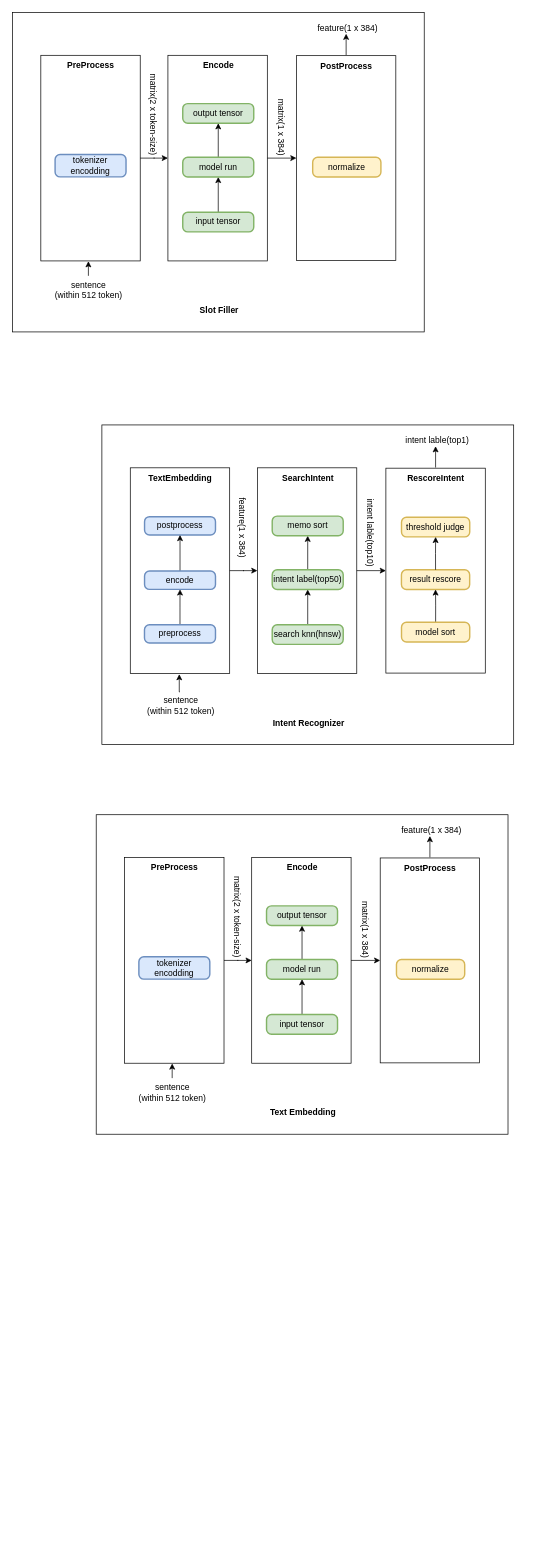
This is page "第 3 页" (3 of 3) of drawio/kdm_image.drawio from Hamlee7/develop_env, a draw.io file, before an edit. Source tidied: cells renumbered, new cells numbered last; positions are measured from the earlier drawing's top-left corner, leaving out a move shared by most shapes. Both pictures are drawn from the tidied source at 71%, with x=0, y=0 at pixel (12, 12).
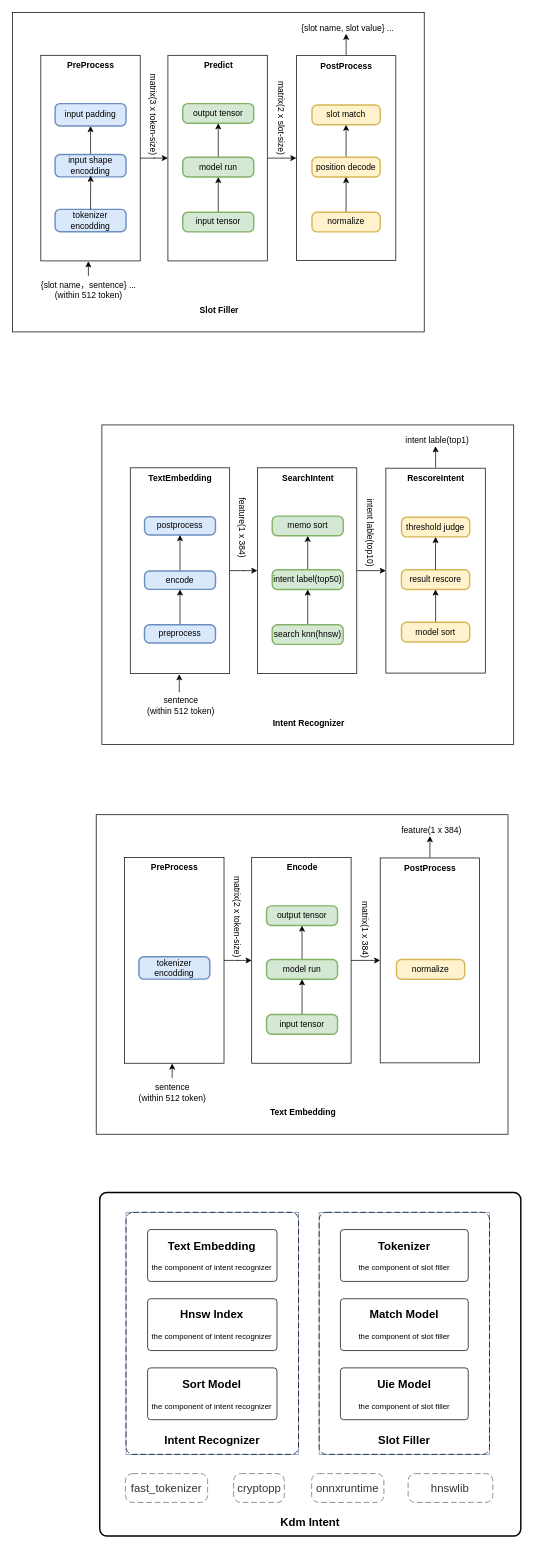
The same diagram, later.

Unchanged cells that the change refers to:
```xml
<mxCell id="62" style="group;" parent="1" vertex="1">
  <mxGeometry width="580" height="450" as="geometry" />
</mxCell>
<mxCell id="63" style="group;" parent="62" vertex="1">
  <mxGeometry width="580" height="450" as="geometry" />
</mxCell>
<mxCell id="64" style="rounded=0;whiteSpace=wrap;html=1;fillColor=default;" parent="63" vertex="1">
  <mxGeometry width="580" height="450" as="geometry" />
</mxCell>
```

What changed in the source:
```diff
@@
+    <mxCell id="87" style="edgeStyle=orthogonalEdgeStyle;rounded=0;jettySize=auto;html=1;exitX=0.5;exitY=0;exitDx=0;exitDy=0;entryX=0.5;entryY=1;entryDx=0;entryDy=0;" parent="63" edge="1" source="66" target="89">
+      <mxGeometry relative="1" as="geometry" />
+    </mxCell>
-    <mxCell id="66" value="&lt;span style=&quot;font-size: 12px;&quot;&gt;&lt;font style=&quot;font-size: 12px;&quot;&gt;tokenizer encodding&lt;/font&gt;&lt;/span&gt;" style="rounded=1;whiteSpace=wrap;html=1;absoluteArcSize=1;arcSize=14;strokeWidth=2;labelBackgroundColor=none;fontSize=12;fontStyle=0;textShadow=0;align=center;fillColor=#dae8fc;strokeColor=#6c8ebf;" parent="63" vertex="1">
+    <mxCell id="66" value="&lt;span style=&quot;font-size: 12px;&quot;&gt;&lt;font style=&quot;font-size: 12px;&quot;&gt;input shape&lt;/font&gt;&lt;/span&gt;&lt;div&gt;&lt;span style=&quot;font-size: 12px;&quot;&gt;&lt;font style=&quot;font-size: 12px;&quot;&gt;encodding&lt;/font&gt;&lt;/span&gt;&lt;/div&gt;" style="rounded=1;whiteSpace=wrap;html=1;absoluteArcSize=1;arcSize=14;strokeWidth=2;labelBackgroundColor=none;fontSize=12;fontStyle=0;textShadow=0;align=center;fillColor=#dae8fc;strokeColor=#6c8ebf;" parent="63" vertex="1">
       <mxGeometry x="60.1" y="200" width="99.9" height="31.6" as="geometry" />
     </mxCell>
@@
-    <mxCell id="72" value="&lt;b&gt;Encode&lt;/b&gt;" style="text;html=1;align=center;verticalAlign=middle;strokeColor=none;fillColor=none;" parent="63" vertex="1">
-      <mxGeometry x="254.9" y="60.4" width="70" height="30" as="geometry" />
+    <mxCell id="72" value="&lt;b&gt;Predi&lt;/b&gt;&lt;b style=&quot;background-color: transparent; color: light-dark(rgb(0, 0, 0), rgb(255, 255, 255));&quot;&gt;ct&lt;/b&gt;" style="text;html=1;align=center;verticalAlign=middle;strokeColor=none;fillColor=none;" parent="63" vertex="1">
+      <mxGeometry x="259.9" y="60.4" width="60" height="30" as="geometry" />
     </mxCell>
@@
+    <mxCell id="88" style="edgeStyle=orthogonalEdgeStyle;rounded=0;jettySize=auto;html=1;exitX=0.5;exitY=0;exitDx=0;exitDy=0;entryX=0.5;entryY=1;entryDx=0;entryDy=0;" parent="63" edge="1" source="74" target="92">
+      <mxGeometry relative="1" as="geometry" />
+    </mxCell>
-    <mxCell id="74" value="normalize" style="rounded=1;whiteSpace=wrap;html=1;absoluteArcSize=1;arcSize=14;strokeWidth=2;fillColor=#fff2cc;labelBackgroundColor=none;fontSize=12;fontStyle=0;textShadow=0;align=center;strokeColor=#d6b656;" parent="63" vertex="1">
-      <mxGeometry x="422.9" y="204" width="96.1" height="27.7" as="geometry" />
+    <mxCell id="74" value="position decode" style="rounded=1;whiteSpace=wrap;html=1;absoluteArcSize=1;arcSize=14;strokeWidth=2;fillColor=#fff2cc;labelBackgroundColor=none;fontSize=12;fontStyle=0;textShadow=0;align=center;strokeColor=#d6b656;" parent="63" vertex="1">
+      <mxGeometry x="421.9" y="204" width="96.1" height="27.7" as="geometry" />
     </mxCell>
@@
-    <mxCell id="76" value="sentence&lt;div&gt;(within 512 token&lt;span style=&quot;background-color: transparent; color: light-dark(rgb(0, 0, 0), rgb(255, 255, 255));&quot;&gt;)&lt;/span&gt;&lt;/div&gt;" style="text;html=1;align=center;verticalAlign=middle;strokeColor=none;fillColor=none;" parent="63" vertex="1">
-      <mxGeometry x="47" y="371" width="120" height="40" as="geometry" />
+    <mxCell id="76" value="{slot name，sentence} ...&lt;br&gt;&lt;div&gt;(within 512 token&lt;span style=&quot;background-color: transparent; color: light-dark(rgb(0, 0, 0), rgb(255, 255, 255));&quot;&gt;)&lt;/span&gt;&lt;/div&gt;" style="text;html=1;align=center;verticalAlign=middle;strokeColor=none;fillColor=none;" parent="63" vertex="1">
+      <mxGeometry x="27" y="371" width="160" height="40" as="geometry" />
     </mxCell>
@@
-    <mxCell id="83" value="feature(1 x 384)" style="text;html=1;align=center;verticalAlign=middle;strokeColor=none;fillColor=none;" parent="63" vertex="1">
-      <mxGeometry x="417" y="7" width="110" height="30" as="geometry" />
+    <mxCell id="83" value="{slot name, slot value}&amp;nbsp;..." style="text;html=1;align=center;verticalAlign=middle;strokeColor=none;fillColor=none;" parent="63" vertex="1">
+      <mxGeometry x="397" y="7" width="150" height="30" as="geometry" />
     </mxCell>
@@
+    <mxCell id="89" value="&lt;span style=&quot;font-size: 12px;&quot;&gt;&lt;font style=&quot;font-size: 12px;&quot;&gt;input padding&lt;/font&gt;&lt;/span&gt;" style="rounded=1;whiteSpace=wrap;html=1;absoluteArcSize=1;arcSize=14;strokeWidth=2;labelBackgroundColor=none;fontSize=12;fontStyle=0;textShadow=0;align=center;fillColor=#dae8fc;strokeColor=#6c8ebf;" parent="63" vertex="1">
+      <mxGeometry x="60.1" y="128.4" width="99.9" height="31.6" as="geometry" />
+    </mxCell>
+    <mxCell id="90" value="&lt;span style=&quot;font-size: 12px;&quot;&gt;&lt;font style=&quot;font-size: 12px;&quot;&gt;tokenizer&lt;/font&gt;&lt;/span&gt;&lt;div&gt;encodding&lt;/div&gt;" style="rounded=1;whiteSpace=wrap;html=1;absoluteArcSize=1;arcSize=14;strokeWidth=2;labelBackgroundColor=none;fontSize=12;fontStyle=0;textShadow=0;align=center;fillColor=#dae8fc;strokeColor=#6c8ebf;" parent="63" vertex="1">
+      <mxGeometry x="60.1" y="277.4" width="99.9" height="31.6" as="geometry" />
+    </mxCell>
+    <mxCell id="91" style="edgeStyle=orthogonalEdgeStyle;rounded=0;jettySize=auto;html=1;exitX=0.5;exitY=0;exitDx=0;exitDy=0;entryX=0.19;entryY=0.511;entryDx=0;entryDy=0;entryPerimeter=0;" parent="63" edge="1" source="90" target="64">
+      <mxGeometry relative="1" as="geometry" />
+    </mxCell>
+    <mxCell id="92" value="slot match" style="rounded=1;whiteSpace=wrap;html=1;absoluteArcSize=1;arcSize=14;strokeWidth=2;fillColor=#fff2cc;labelBackgroundColor=none;fontSize=12;fontStyle=0;textShadow=0;align=center;strokeColor=#d6b656;" parent="63" vertex="1">
+      <mxGeometry x="421.9" y="130.4" width="96.1" height="27.7" as="geometry" />
+    </mxCell>
+    <mxCell id="93" style="edgeStyle=orthogonalEdgeStyle;rounded=0;jettySize=auto;html=1;exitX=0.5;exitY=0;exitDx=0;exitDy=0;entryX=0.5;entryY=1;entryDx=0;entryDy=0;" parent="63" edge="1" source="94" target="74">
+      <mxGeometry relative="1" as="geometry" />
+    </mxCell>
+    <mxCell id="94" value="normalize" style="rounded=1;whiteSpace=wrap;html=1;absoluteArcSize=1;arcSize=14;strokeWidth=2;fillColor=#fff2cc;labelBackgroundColor=none;fontSize=12;fontStyle=0;textShadow=0;align=center;strokeColor=#d6b656;" parent="63" vertex="1">
+      <mxGeometry x="421.9" y="281.4" width="96.1" height="27.7" as="geometry" />
+    </mxCell>
-    <mxCell id="85" value="matrix(2 x token-&lt;span style=&quot;background-color: transparent; color: light-dark(rgb(0, 0, 0), rgb(255, 255, 255));&quot;&gt;size)&lt;/span&gt;" style="text;html=1;align=center;verticalAlign=middle;whiteSpace=wrap;rounded=0;rotation=90;" parent="62" vertex="1">
+    <mxCell id="85" value="matrix(3 x token-&lt;span style=&quot;background-color: transparent; color: light-dark(rgb(0, 0, 0), rgb(255, 255, 255));&quot;&gt;size)&lt;/span&gt;" style="text;html=1;align=center;verticalAlign=middle;whiteSpace=wrap;rounded=0;rotation=90;" parent="62" vertex="1">
       <mxGeometry x="134.5" y="128.5" width="129" height="30" as="geometry" />
     </mxCell>
-    <mxCell id="86" value="matrix(1 x 384)" style="text;html=1;align=center;verticalAlign=middle;whiteSpace=wrap;rounded=0;rotation=90;" parent="62" vertex="1">
-      <mxGeometry x="336" y="147" width="86" height="30" as="geometry" />
+    <mxCell id="86" value="matrix(2 x slot-size)" style="text;html=1;align=center;verticalAlign=middle;whiteSpace=wrap;rounded=0;rotation=90;" parent="62" vertex="1">
+      <mxGeometry x="323" y="134" width="112" height="30" as="geometry" />
     </mxCell>
+    <mxCell id="95" style="group;fillColor=default;" parent="1" vertex="1">
+      <mxGeometry x="123" y="1662" width="593" height="484" as="geometry" />
+    </mxCell>
+    <object id="96" label="&lt;font style=&quot;font-size: 16px&quot;&gt;&lt;span&gt;&lt;div style=&quot;&quot;&gt;%c4Name%&lt;/div&gt;&lt;/span&gt;&lt;/font&gt;&lt;div style=&quot;&quot;&gt;&lt;/div&gt;" c4Name="Kdm Intent" placeholders="1">
+      <mxCell style="rounded=1;fontSize=11;whiteSpace=wrap;html=1;arcSize=20;fillColor=default;strokeColor=default;fontColor=default;labelBackgroundColor=none;align=center;verticalAlign=bottom;labelBorderColor=none;spacingTop=0;spacing=10;perimeter=rectanglePerimeter;labelPadding=0;absoluteArcSize=1;strokeWidth=2;fontStyle=1;" parent="95" vertex="1">
+        <mxGeometry width="593" height="484" as="geometry" />
+      </mxCell>
+    </object>
+    <object id="97" label="&lt;font style=&quot;font-size: 16px&quot;&gt;&lt;span&gt;&lt;div style=&quot;&quot;&gt;%c4Name%&lt;/div&gt;&lt;/span&gt;&lt;/font&gt;&lt;div style=&quot;&quot;&gt;&lt;/div&gt;" c4Name="fast_tokenizer" placeholders="1">
+      <mxCell style="rounded=1;fontSize=11;whiteSpace=wrap;html=1;dashed=1;arcSize=20;fillColor=none;strokeColor=#666666;fontColor=#333333;labelBackgroundColor=none;align=center;verticalAlign=middle;labelBorderColor=none;spacingTop=0;spacing=10;dashPattern=8 4;perimeter=rectanglePerimeter;noLabel=0;labelPadding=0;absoluteArcSize=1;fontStyle=0;" parent="95" vertex="1">
+        <mxGeometry x="36.2" y="396" width="115.7" height="40.6" as="geometry" />
+      </mxCell>
+    </object>
+    <object id="98" label="&lt;font style=&quot;font-size: 16px&quot;&gt;&lt;span&gt;&lt;div style=&quot;&quot;&gt;%c4Name%&lt;/div&gt;&lt;/span&gt;&lt;/font&gt;&lt;div style=&quot;&quot;&gt;&lt;/div&gt;" c4Name="onnxruntime" placeholders="1">
+      <mxCell style="rounded=1;fontSize=11;whiteSpace=wrap;html=1;dashed=1;arcSize=20;fillColor=none;strokeColor=#666666;fontColor=#333333;labelBackgroundColor=none;align=center;verticalAlign=middle;labelBorderColor=none;spacingTop=0;spacing=10;dashPattern=8 4;perimeter=rectanglePerimeter;noLabel=0;labelPadding=0;absoluteArcSize=1;fontStyle=0;" parent="95" vertex="1">
+        <mxGeometry x="298.4" y="396" width="101.8" height="40.6" as="geometry" />
+      </mxCell>
+    </object>
+    <object id="99" label="&lt;font style=&quot;font-size: 16px&quot;&gt;&lt;span&gt;&lt;div style=&quot;&quot;&gt;%c4Name%&lt;/div&gt;&lt;/span&gt;&lt;/font&gt;&lt;div style=&quot;&quot;&gt;&lt;/div&gt;" c4Name="hnswlib" placeholders="1">
+      <mxCell style="rounded=1;fontSize=11;whiteSpace=wrap;html=1;dashed=1;arcSize=20;fillColor=none;strokeColor=#666666;fontColor=#333333;labelBackgroundColor=none;align=center;verticalAlign=middle;labelBorderColor=none;spacingTop=0;spacing=10;dashPattern=8 4;perimeter=rectanglePerimeter;noLabel=0;labelPadding=0;absoluteArcSize=1;fontStyle=0;" parent="95" vertex="1">
+        <mxGeometry x="434.3" y="396" width="119.3" height="40.6" as="geometry" />
+      </mxCell>
+    </object>
+    <object id="100" label="&lt;font style=&quot;font-size: 16px&quot;&gt;&lt;span&gt;&lt;div style=&quot;&quot;&gt;%c4Name%&lt;/div&gt;&lt;/span&gt;&lt;/font&gt;&lt;div style=&quot;&quot;&gt;&lt;/div&gt;" c4Name="cryptopp" placeholders="1">
+      <mxCell style="rounded=1;fontSize=11;whiteSpace=wrap;html=1;dashed=1;arcSize=20;fillColor=none;strokeColor=#666666;fontColor=#333333;labelBackgroundColor=none;align=center;verticalAlign=middle;labelBorderColor=none;spacingTop=0;spacing=10;dashPattern=8 4;perimeter=rectanglePerimeter;noLabel=0;labelPadding=0;absoluteArcSize=1;fontStyle=0;" parent="95" vertex="1">
+        <mxGeometry x="188.5" y="396" width="71.5" height="40.6" as="geometry" />
+      </mxCell>
+    </object>
+    <mxCell id="101" style="group;" parent="95" vertex="1">
+      <mxGeometry x="309" y="28" width="240" height="340.9" as="geometry" />
+    </mxCell>
+    <mxCell id="102" style="group;fillColor=light-dark(#FFFFFF,#FFFFFF);strokeColor=#6c8ebf;" parent="101" vertex="1">
+      <mxGeometry width="240" height="340.9" as="geometry" />
+    </mxCell>
+    <object id="103" label="&lt;font style=&quot;font-size: 16px&quot;&gt;&lt;b&gt;%c4Name%&lt;/b&gt;&lt;/font&gt;&lt;div&gt;&lt;/div&gt;&lt;br&gt;&lt;div&gt;&lt;font style=&quot;font-size: 11px&quot;&gt;%c4Description%&lt;/font&gt;&lt;/div&gt;" c4Description="the component of slot filler" c4Name="Tokenizer" placeholders="1">
+      <mxCell style="rounded=1;whiteSpace=wrap;html=1;labelBackgroundColor=none;align=center;arcSize=6;shadow=0;glass=0;" parent="101" vertex="1">
+        <mxGeometry x="30" y="24.3" width="180" height="73" as="geometry" />
+      </mxCell>
+    </object>
+    <object id="104" label="&lt;font style=&quot;font-size: 16px&quot;&gt;&lt;b&gt;%c4Name%&lt;/b&gt;&lt;/font&gt;&lt;div&gt;&lt;/div&gt;&lt;br&gt;&lt;div&gt;&lt;font style=&quot;font-size: 11px&quot;&gt;%c4Description%&lt;/font&gt;&lt;/div&gt;" c4Description="the component of slot filler" c4Name="Match Model" placeholders="1">
+      <mxCell style="rounded=1;whiteSpace=wrap;html=1;labelBackgroundColor=none;align=center;arcSize=6;shadow=0;" parent="101" vertex="1">
+        <mxGeometry x="30" y="121.7" width="180" height="73" as="geometry" />
+      </mxCell>
+    </object>
+    <object id="105" label="&lt;font style=&quot;font-size: 16px&quot;&gt;&lt;b&gt;%c4Name%&lt;/b&gt;&lt;/font&gt;&lt;div&gt;&lt;/div&gt;&lt;br&gt;&lt;div&gt;&lt;font style=&quot;font-size: 11px&quot;&gt;%c4Description%&lt;/font&gt;&lt;/div&gt;" c4Description="the component of slot filler" c4Name="Uie Model" placeholders="1">
+      <mxCell style="rounded=1;whiteSpace=wrap;html=1;labelBackgroundColor=none;align=center;arcSize=6;shadow=0;" parent="101" vertex="1">
+        <mxGeometry x="30" y="219.1" width="180" height="73" as="geometry" />
+      </mxCell>
+    </object>
+    <object id="106" label="&lt;font style=&quot;font-size: 16px&quot;&gt;&lt;b&gt;&lt;div style=&quot;&quot;&gt;%c4Name%&lt;/div&gt;&lt;/b&gt;&lt;/font&gt;&lt;div style=&quot;&quot;&gt;&lt;/div&gt;" c4Name="Slot Filler" placeholders="1">
+      <mxCell style="rounded=1;fontSize=11;whiteSpace=wrap;html=1;dashed=1;arcSize=20;fillColor=none;strokeColor=default;fontColor=default;labelBackgroundColor=none;align=center;verticalAlign=bottom;labelBorderColor=none;spacingTop=0;spacing=10;dashPattern=8 4;perimeter=rectanglePerimeter;labelPadding=0;absoluteArcSize=1;shadow=0;" parent="101" vertex="1">
+        <mxGeometry width="240" height="340.9" as="geometry" />
+      </mxCell>
+    </object>
+    <mxCell id="107" style="group;" parent="95" vertex="1">
+      <mxGeometry x="37" y="28" width="243" height="340.9" as="geometry" />
+    </mxCell>
+    <mxCell id="108" style="group;fillColor=light-dark(#FFFFFF,#FFFFFF);strokeColor=#6c8ebf;" parent="107" vertex="1">
+      <mxGeometry width="243" height="340.9" as="geometry" />
+    </mxCell>
+    <object id="109" label="&lt;font style=&quot;font-size: 16px&quot;&gt;&lt;b&gt;%c4Name%&lt;/b&gt;&lt;/font&gt;&lt;div&gt;&lt;/div&gt;&lt;br&gt;&lt;div&gt;&lt;font style=&quot;font-size: 11px&quot;&gt;%c4Description%&lt;/font&gt;&lt;/div&gt;" c4Description="the component of intent recognizer" c4Name="Text Embedding" placeholders="1">
+      <mxCell style="rounded=1;whiteSpace=wrap;html=1;labelBackgroundColor=none;align=center;arcSize=6;shadow=0;glass=0;" parent="107" vertex="1">
+        <mxGeometry x="30.4" y="24.3" width="182.2" height="73" as="geometry" />
+      </mxCell>
+    </object>
+    <object id="110" label="&lt;font style=&quot;font-size: 16px&quot;&gt;&lt;b&gt;%c4Name%&lt;/b&gt;&lt;/font&gt;&lt;div&gt;&lt;/div&gt;&lt;br&gt;&lt;div&gt;&lt;font style=&quot;font-size: 11px&quot;&gt;%c4Description%&lt;/font&gt;&lt;/div&gt;" c4Description="the component of intent recognizer" c4Name="Hnsw Index" placeholders="1">
+      <mxCell style="rounded=1;whiteSpace=wrap;html=1;labelBackgroundColor=none;align=center;arcSize=6;shadow=0;" parent="107" vertex="1">
+        <mxGeometry x="30.4" y="121.7" width="182.2" height="73" as="geometry" />
+      </mxCell>
+    </object>
+    <object id="111" label="&lt;font style=&quot;font-size: 16px&quot;&gt;&lt;b&gt;%c4Name%&lt;/b&gt;&lt;/font&gt;&lt;div&gt;&lt;/div&gt;&lt;br&gt;&lt;div&gt;&lt;font style=&quot;font-size: 11px&quot;&gt;%c4Description%&lt;/font&gt;&lt;/div&gt;" c4Description="the component of intent recognizer" c4Name="Sort Model" placeholders="1">
+      <mxCell style="rounded=1;whiteSpace=wrap;html=1;labelBackgroundColor=none;align=center;arcSize=6;shadow=0;" parent="107" vertex="1">
+        <mxGeometry x="30.4" y="219.1" width="182.2" height="73" as="geometry" />
+      </mxCell>
+    </object>
+    <object id="112" label="&lt;font style=&quot;font-size: 16px&quot;&gt;&lt;b&gt;&lt;div style=&quot;&quot;&gt;%c4Name%&lt;/div&gt;&lt;/b&gt;&lt;/font&gt;&lt;div style=&quot;&quot;&gt;&lt;/div&gt;" c4Name="Intent Recognizer" placeholders="1">
+      <mxCell style="rounded=1;fontSize=11;whiteSpace=wrap;html=1;dashed=1;arcSize=20;fillColor=none;strokeColor=default;fontColor=default;labelBackgroundColor=none;align=center;verticalAlign=bottom;labelBorderColor=none;spacingTop=0;spacing=10;dashPattern=8 4;perimeter=rectanglePerimeter;labelPadding=0;absoluteArcSize=1;shadow=0;" parent="107" vertex="1">
+        <mxGeometry width="243" height="340.9" as="geometry" />
+      </mxCell>
+    </object>
```
